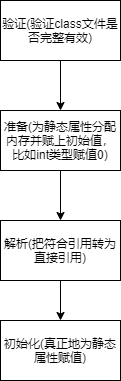
onedream719/- keeps this draw.io diagram as 类加载过程.png. Above is the earlier version. Source tidied: cells renumbered, new cells last; positions are measured from the earlier drawing's top-left corner, leaving out a move shared by most shapes. The source it was exported from:
```xml
<mxGraphModel>
  <root>
    <mxCell id="0" />
    <mxCell id="1" parent="0" />
    <mxCell id="2" style="edgeStyle=orthogonalEdgeStyle;rounded=0;jettySize=auto;html=1;exitX=0.5;exitY=1;exitDx=0;exitDy=0;entryX=0.5;entryY=0;entryDx=0;entryDy=0;" parent="1" edge="1" source="3" target="5">
      <mxGeometry relative="1" as="geometry" />
    </mxCell>
    <mxCell id="3" value="验证(验证class文件是否完整有效)" style="rounded=0;whiteSpace=wrap;html=1;" parent="1" vertex="1">
      <mxGeometry width="120" height="60" as="geometry" />
    </mxCell>
    <mxCell id="4" style="edgeStyle=orthogonalEdgeStyle;rounded=0;jettySize=auto;html=1;exitX=0.5;exitY=1;exitDx=0;exitDy=0;entryX=0.5;entryY=0;entryDx=0;entryDy=0;" parent="1" edge="1" source="5" target="7">
      <mxGeometry relative="1" as="geometry" />
    </mxCell>
    <mxCell id="5" value="准备(为静态属性分配内存并赋上初始值，比如int类型赋值0)" style="rounded=0;whiteSpace=wrap;html=1;" parent="1" vertex="1">
      <mxGeometry y="110" width="120" height="60" as="geometry" />
    </mxCell>
    <mxCell id="6" style="edgeStyle=orthogonalEdgeStyle;rounded=0;jettySize=auto;html=1;exitX=0.5;exitY=1;exitDx=0;exitDy=0;entryX=0.5;entryY=0;entryDx=0;entryDy=0;" parent="1" edge="1" source="7" target="8">
      <mxGeometry relative="1" as="geometry" />
    </mxCell>
    <mxCell id="7" value="解析(把符合引用转为直接引用)" style="rounded=0;whiteSpace=wrap;html=1;" parent="1" vertex="1">
      <mxGeometry y="220" width="120" height="60" as="geometry" />
    </mxCell>
    <mxCell id="8" value="初始化(真正地为静态属性赋值)" style="rounded=0;whiteSpace=wrap;html=1;" parent="1" vertex="1">
      <mxGeometry y="320" width="120" height="60" as="geometry" />
    </mxCell>
  </root>
</mxGraphModel>
```
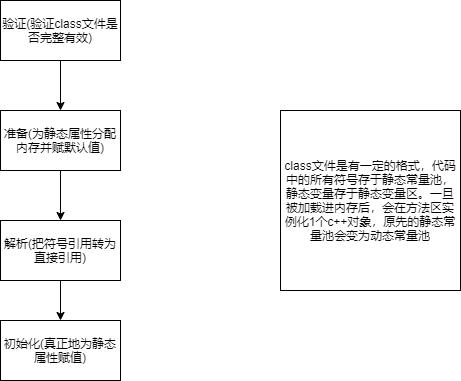
After the change.

Commit message:
Update 类加载过程.png

Change to the diagram source:
```diff
@@ -11,17 +11,20 @@
     <mxCell id="4" style="edgeStyle=orthogonalEdgeStyle;rounded=0;jettySize=auto;html=1;exitX=0.5;exitY=1;exitDx=0;exitDy=0;entryX=0.5;entryY=0;entryDx=0;entryDy=0;" parent="1" edge="1" source="5" target="7">
       <mxGeometry relative="1" as="geometry" />
     </mxCell>
-    <mxCell id="5" value="准备(为静态属性分配内存并赋上初始值，比如int类型赋值0)" style="rounded=0;whiteSpace=wrap;html=1;" parent="1" vertex="1">
+    <mxCell id="5" value="准备(为静态属性分配内存并赋默认值)" style="rounded=0;whiteSpace=wrap;html=1;" parent="1" vertex="1">
       <mxGeometry y="110" width="120" height="60" as="geometry" />
     </mxCell>
     <mxCell id="6" style="edgeStyle=orthogonalEdgeStyle;rounded=0;jettySize=auto;html=1;exitX=0.5;exitY=1;exitDx=0;exitDy=0;entryX=0.5;entryY=0;entryDx=0;entryDy=0;" parent="1" edge="1" source="7" target="8">
       <mxGeometry relative="1" as="geometry" />
     </mxCell>
-    <mxCell id="7" value="解析(把符合引用转为直接引用)" style="rounded=0;whiteSpace=wrap;html=1;" parent="1" vertex="1">
+    <mxCell id="7" value="解析(把符号引用转为直接引用)" style="rounded=0;whiteSpace=wrap;html=1;" parent="1" vertex="1">
       <mxGeometry y="220" width="120" height="60" as="geometry" />
     </mxCell>
     <mxCell id="8" value="初始化(真正地为静态属性赋值)" style="rounded=0;whiteSpace=wrap;html=1;" parent="1" vertex="1">
       <mxGeometry y="320" width="120" height="60" as="geometry" />
     </mxCell>
+    <mxCell id="9" value="class文件是有一定的格式，代码中的所有符号存于静态常量池，静态变量存于静态变量区。一旦被加载进内存后，会在方法区实例化1个c++对象，原先的静态常量池会变为动态常量池" style="whiteSpace=wrap;html=1;" parent="1" vertex="1">
+      <mxGeometry x="280" y="110" width="180" height="180" as="geometry" />
+    </mxCell>
   </root>
 </mxGraphModel>
```
